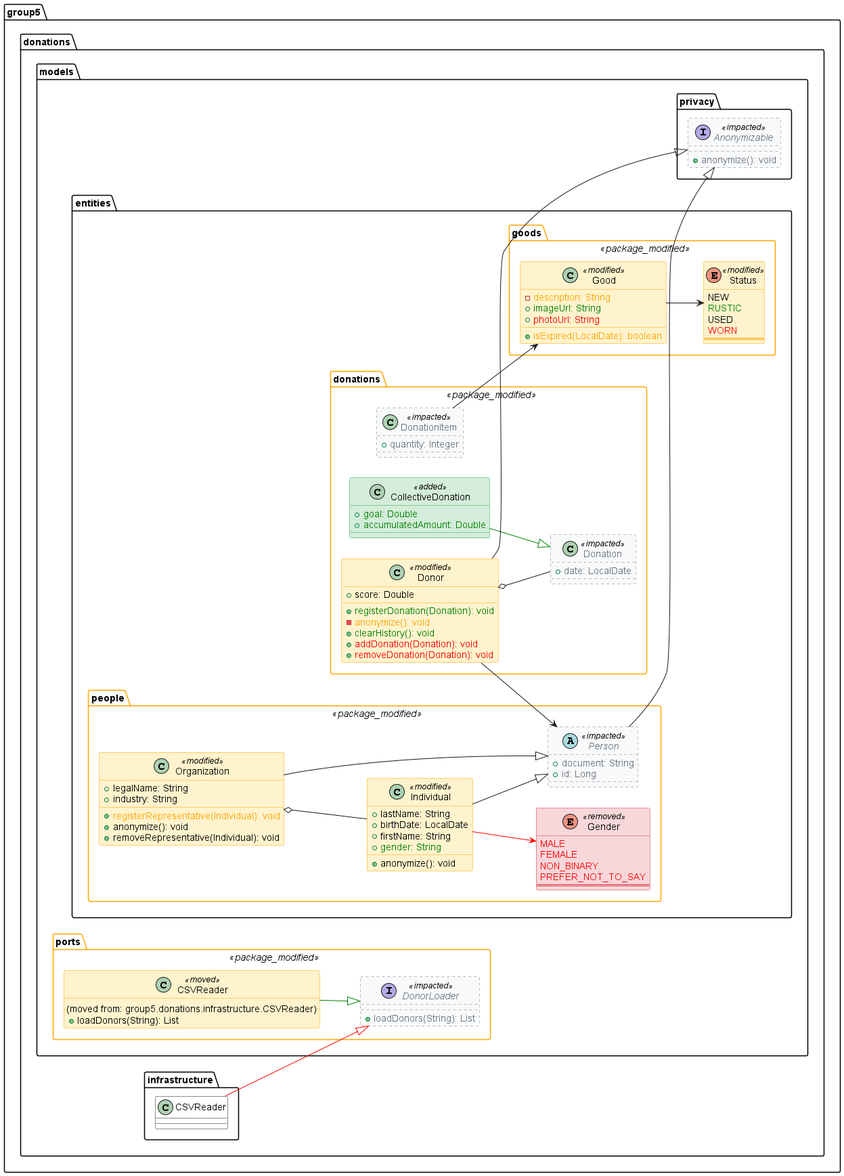
Before: docs/demo_complete.png, a diagram exported from PlantUML (tsorren/SemanticUMLDiff).
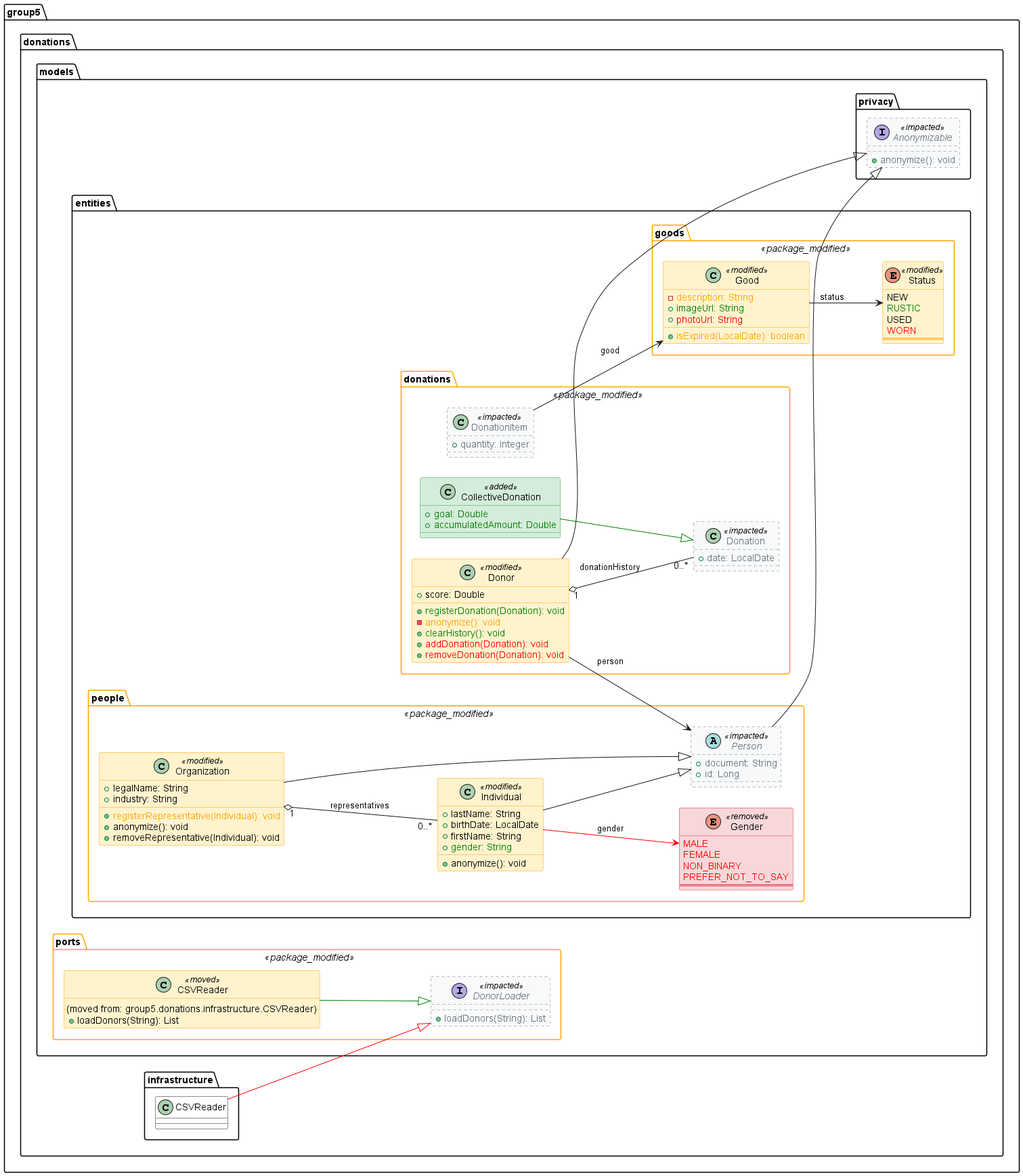
After the change.

Diff of the diagram source:
```diff
@@ -133,14 +133,14 @@
 
 group5.donations.infrastructure.CSVReader -[#red]-|> group5.donations.models.ports.DonorLoader
 group5.donations.models.entities.donations.CollectiveDonation -[#green]-|> group5.donations.models.entities.donations.Donation
-group5.donations.models.entities.donations.DonationItem --> group5.donations.models.entities.goods.Good
-group5.donations.models.entities.donations.Donor o-- group5.donations.models.entities.donations.Donation
-group5.donations.models.entities.donations.Donor --> group5.donations.models.entities.people.Person
+group5.donations.models.entities.donations.DonationItem --> group5.donations.models.entities.goods.Good : good
+group5.donations.models.entities.donations.Donor "1" o-- "0..*" group5.donations.models.entities.donations.Donation : donationHistory
+group5.donations.models.entities.donations.Donor --> group5.donations.models.entities.people.Person : person
 group5.donations.models.entities.donations.Donor --|> group5.donations.models.privacy.Anonymizable
-group5.donations.models.entities.goods.Good --> group5.donations.models.entities.goods.Status
-group5.donations.models.entities.people.Individual -[#red]-> group5.donations.models.entities.people.Gender
+group5.donations.models.entities.goods.Good --> group5.donations.models.entities.goods.Status : status
+group5.donations.models.entities.people.Individual -[#red]-> group5.donations.models.entities.people.Gender : gender
 group5.donations.models.entities.people.Individual --|> group5.donations.models.entities.people.Person
-group5.donations.models.entities.people.Organization o-- group5.donations.models.entities.people.Individual
+group5.donations.models.entities.people.Organization "1" o-- "0..*" group5.donations.models.entities.people.Individual : representatives
 group5.donations.models.entities.people.Organization --|> group5.donations.models.entities.people.Person
 group5.donations.models.entities.people.Person --|> group5.donations.models.privacy.Anonymizable
 group5.donations.models.ports.CSVReader -[#green]-|> group5.donations.models.ports.DonorLoader
```
